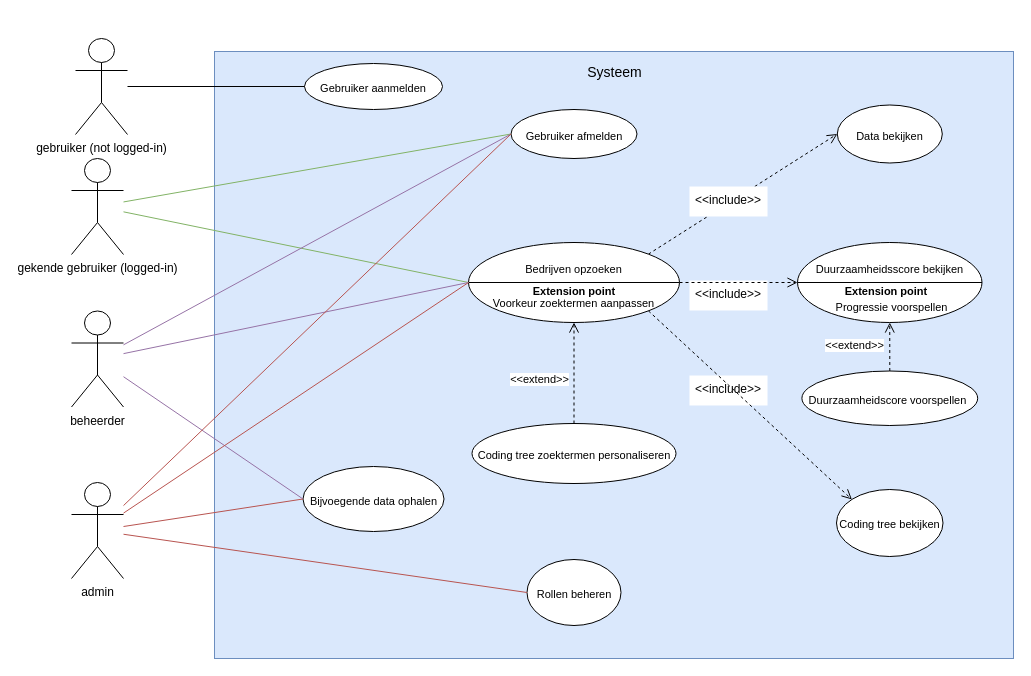
SiebeVCHoGent/DataEngineeringP2 keeps this draw.io diagram as Analyse/UCD/UCD - Data Engineering Project 2.drawio. Above is the earlier version. Source tidied: cells renumbered, new cells numbered last; positions are measured from the earlier drawing's top-left corner, leaving out a move shared by most shapes. Both pictures are drawn from the tidied source at 100%, with x=0, y=0 at pixel (71, 38).
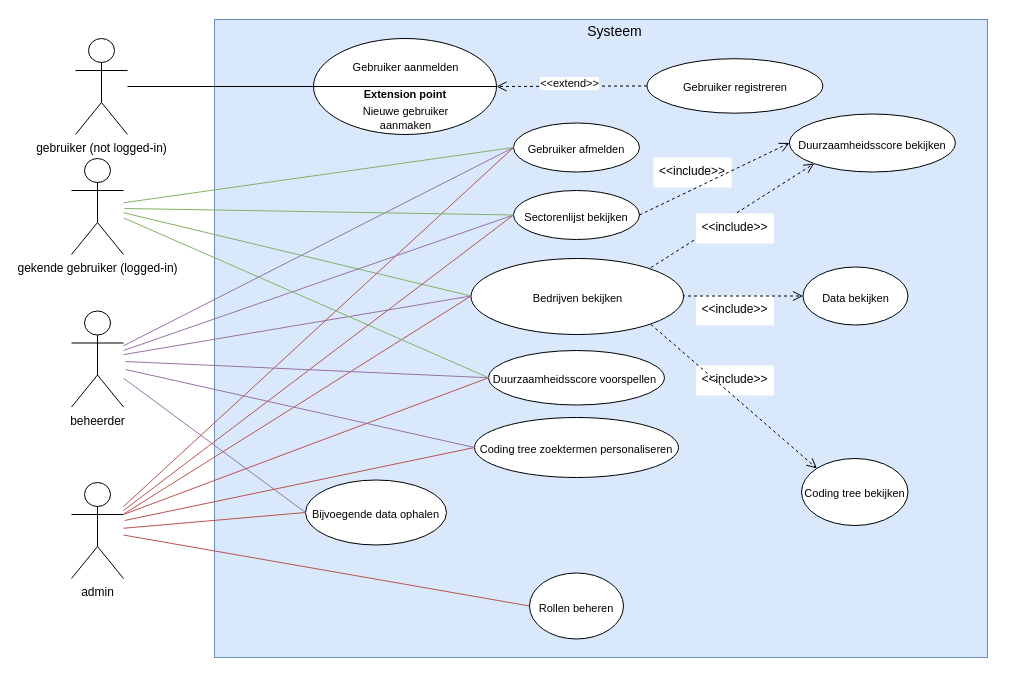
The same diagram, later.

Commit message (it also covers changes not shown here):
UCD aangepast aan nieuwe front-end

Unchanged cells that the change refers to:
```xml
<mxCell id="3" value="gebruiker (not logged-in)" style="shape=umlActor;verticalLabelPosition=bottom;verticalAlign=top;html=1;outlineConnect=0;" parent="1" vertex="1">
  <mxGeometry x="4" width="52" height="96" as="geometry" />
</mxCell>
<mxCell id="34" value="gekende gebruiker (logged-in)" style="shape=umlActor;verticalLabelPosition=bottom;verticalAlign=top;html=1;outlineConnect=0;" parent="1" vertex="1">
  <mxGeometry y="120" width="52" height="96" as="geometry" />
</mxCell>
<mxCell id="38" value="beheerder" style="shape=umlActor;verticalLabelPosition=bottom;verticalAlign=top;html=1;outlineConnect=0;" parent="1" vertex="1">
  <mxGeometry y="272.5" width="52" height="96" as="geometry" />
</mxCell>
<mxCell id="43" value="admin" style="shape=umlActor;verticalLabelPosition=bottom;verticalAlign=top;html=1;outlineConnect=0;" parent="1" vertex="1">
  <mxGeometry y="444" width="52" height="96" as="geometry" />
</mxCell>
```

Diff of the diagram source:
```diff
@@
-    <mxCell id="2" style="rounded=0;jettySize=auto;html=1;fontSize=11;strokeColor=none;endArrow=none;endFill=0;" parent="1" edge="1" source="3" target="8">
-      <mxGeometry relative="1" as="geometry" />
+    <mxCell id="2" style="rounded=0;jettySize=auto;html=1;fontSize=11;strokeColor=none;endArrow=none;endFill=0;" parent="1" edge="1" source="3">
+      <mxGeometry relative="1" as="geometry">
+        <mxPoint x="233" y="48" as="targetPoint" />
+      </mxGeometry>
     </mxCell>
@@
     <mxCell id="4" style="group;fillColor=default;fontColor=#ffffff;strokeColor=#001DBC;rounded=0;" parent="1" vertex="1">
-      <mxGeometry x="143" y="13" width="799" height="607" as="geometry" />
+      <mxGeometry x="143" y="-19" width="773" height="638" as="geometry" />
     </mxCell>
     <mxCell id="5" style="rounded=0;whiteSpace=wrap;html=1;fillColor=#dae8fc;strokeColor=#6c8ebf;" parent="4" vertex="1">
-      <mxGeometry width="799" height="607" as="geometry" />
+      <mxGeometry width="773" height="638" as="geometry" />
     </mxCell>
     <mxCell id="6" value="&lt;font style=&quot;font-size: 14px;&quot;&gt;Systeem&lt;/font&gt;" style="text;html=1;align=center;verticalAlign=middle;strokeColor=none;fillColor=none;" parent="4" vertex="1">
-      <mxGeometry x="363.5" y="6" width="72" height="29" as="geometry" />
+      <mxGeometry x="363.5" y="-2.5" width="72" height="29" as="geometry" />
     </mxCell>
     <mxCell id="7" value="&lt;font style=&quot;font-size: 11px;&quot;&gt;Gebruiker afmelden&lt;/font&gt;" style="ellipse;whiteSpace=wrap;html=1;fontSize=18;" parent="4" vertex="1">
-      <mxGeometry x="296.5" y="58" width="126" height="49" as="geometry" />
+      <mxGeometry x="299" y="103.5" width="126" height="49" as="geometry" />
     </mxCell>
-    <mxCell id="8" value="&lt;span style=&quot;font-size: 11px;&quot;&gt;Gebruiker aanmelden&lt;/span&gt;" style="ellipse;whiteSpace=wrap;html=1;fontSize=18;" parent="4" vertex="1">
-      <mxGeometry x="90" y="12" width="138" height="46" as="geometry" />
-    </mxCell>
-    <mxCell id="9" value="&lt;font style=&quot;font-size: 11px;&quot;&gt;Data bekijken&lt;br&gt;&lt;/font&gt;" style="ellipse;whiteSpace=wrap;html=1;fontSize=18;" parent="4" vertex="1">
-      <mxGeometry x="622.8" y="53.5" width="105" height="58" as="geometry" />
+    <mxCell id="9" value="&lt;font style=&quot;font-size: 11px;&quot;&gt;Duurzaamheidsscore bekijken&lt;br&gt;&lt;/font&gt;" style="ellipse;whiteSpace=wrap;html=1;fontSize=18;" parent="4" vertex="1">
+      <mxGeometry x="575" y="94.5" width="165.8" height="58" as="geometry" />
     </mxCell>
-    <mxCell id="10" value="&lt;font style=&quot;font-size: 11px;&quot;&gt;Duurzaamheidscore voorspellen&amp;nbsp;&lt;br&gt;&lt;/font&gt;" style="ellipse;whiteSpace=wrap;html=1;fontSize=18;fillColor=default;" parent="4" vertex="1">
-      <mxGeometry x="587.4" y="319.5" width="175.8" height="54.5" as="geometry" />
+    <mxCell id="10" value="&lt;font style=&quot;font-size: 11px;&quot;&gt;Duurzaamheidsscore voorspellen&amp;nbsp;&lt;br&gt;&lt;/font&gt;" style="ellipse;whiteSpace=wrap;html=1;fontSize=18;fillColor=default;" parent="4" vertex="1">
+      <mxGeometry x="274.1" y="331" width="175.8" height="54.5" as="geometry" />
     </mxCell>
     <mxCell id="11" value="&lt;font style=&quot;font-size: 11px;&quot;&gt;Bijvoegende data ophalen&lt;/font&gt;" style="ellipse;whiteSpace=wrap;html=1;fontSize=18;" parent="4" vertex="1">
-      <mxGeometry x="88.5" y="415" width="141" height="65" as="geometry" />
+      <mxGeometry x="91" y="460.5" width="141" height="65" as="geometry" />
     </mxCell>
     <mxCell id="12" value="&lt;font style=&quot;font-size: 11px;&quot;&gt;Rollen beheren&lt;/font&gt;" style="ellipse;whiteSpace=wrap;html=1;fontSize=18;" parent="4" vertex="1">
-      <mxGeometry x="312.5" y="508" width="94" height="66" as="geometry" />
+      <mxGeometry x="315" y="553.5" width="94" height="66" as="geometry" />
     </mxCell>
     <mxCell id="13" value="&lt;&lt;include&gt;&gt;" style="text;strokeColor=none;fillColor=default;spacingLeft=4;spacingRight=4;overflow=hidden;fontSize=12;" parent="4" vertex="1">
-      <mxGeometry x="475" y="324" width="78" height="30" as="geometry" />
+      <mxGeometry x="481.4" y="346" width="78" height="30" as="geometry" />
     </mxCell>
-    <mxCell id="14" value="&amp;lt;&amp;lt;extend&amp;gt;&amp;gt;" style="html=1;verticalAlign=bottom;endArrow=open;dashed=1;endSize=8;rounded=0;exitX=0.5;exitY=0;exitDx=0;exitDy=0;entryX=0.5;entryY=1;entryDx=0;entryDy=0;" parent="4" edge="1" source="10" target="19">
-      <mxGeometry x="-0.3" y="35" relative="1" as="geometry" />
-    </mxCell>
-    <mxCell id="15" style="html=1;verticalAlign=bottom;endArrow=open;dashed=1;endSize=8;rounded=0;entryX=0;entryY=0.5;entryDx=0;entryDy=0;startArrow=none;exitX=1;exitY=0;exitDx=0;exitDy=0;" parent="4" edge="1" source="24" target="9">
-      <mxGeometry x="0.04" y="-38" relative="1" as="geometry" />
+    <mxCell id="15" style="html=1;verticalAlign=bottom;endArrow=open;dashed=1;endSize=8;rounded=0;entryX=0;entryY=1;entryDx=0;entryDy=0;startArrow=none;exitX=1;exitY=0;exitDx=0;exitDy=0;" parent="4" edge="1" target="9">
+      <mxGeometry x="0.04" y="-38" relative="1" as="geometry">
+        <mxPoint x="436.4" y="248.1" as="sourcePoint" />
+      </mxGeometry>
     </mxCell>
     <mxCell id="16" value="&lt;&lt;include&gt;&gt;" style="text;strokeColor=none;fillColor=default;spacingLeft=4;spacingRight=4;overflow=hidden;fontSize=12;" parent="4" vertex="1">
-      <mxGeometry x="475" y="229" width="78" height="30" as="geometry" />
+      <mxGeometry x="481.4" y="276" width="78" height="30" as="geometry" />
     </mxCell>
-    <mxCell id="17" style="html=1;verticalAlign=bottom;endArrow=open;dashed=1;endSize=8;rounded=0;entryX=0;entryY=0.5;entryDx=0;entryDy=0;exitX=1;exitY=0.5;exitDx=0;exitDy=0;startArrow=none;" parent="4" edge="1" source="24" target="19">
-      <mxGeometry x="0.04" y="-38" relative="1" as="geometry" />
+    <mxCell id="17" style="html=1;verticalAlign=bottom;endArrow=open;dashed=1;endSize=8;rounded=0;entryX=0;entryY=0.5;entryDx=0;entryDy=0;exitX=1;exitY=0.5;exitDx=0;exitDy=0;startArrow=none;" parent="4" edge="1" target="52">
+      <mxGeometry x="0.04" y="-38" relative="1" as="geometry">
+        <mxPoint x="467.5" y="276.5" as="sourcePoint" />
+      </mxGeometry>
     </mxCell>
     <mxCell id="18" value="&lt;font style=&quot;font-size: 11px;&quot;&gt;Coding tree zoektermen personaliseren&lt;br&gt;&lt;/font&gt;" style="ellipse;whiteSpace=wrap;html=1;fontSize=18;fillColor=default;" parent="4" vertex="1">
-      <mxGeometry x="257.5" y="372" width="204" height="60" as="geometry" />
+      <mxGeometry x="260" y="398" width="204" height="60" as="geometry" />
     </mxCell>
-    <mxCell id="19" style="shape=lineEllipse;perimeter=ellipsePerimeter;whiteSpace=wrap;html=1;backgroundOutline=1;strokeColor=default;fontSize=11;fillColor=default;gradientColor=none;" parent="4" vertex="1">
-      <mxGeometry x="583" y="191" width="184.5" height="80" as="geometry" />
-    </mxCell>
-    <mxCell id="20" value="Duurzaamheidsscore bekijken" style="text;html=1;strokeColor=none;fillColor=none;align=center;verticalAlign=middle;whiteSpace=wrap;rounded=0;fontSize=11;" parent="4" vertex="1">
-      <mxGeometry x="584.8" y="203" width="181" height="30" as="geometry" />
-    </mxCell>
-    <mxCell id="21" value="&lt;b&gt;Extension point&lt;/b&gt;" style="text;html=1;strokeColor=none;fillColor=none;align=center;verticalAlign=middle;whiteSpace=wrap;rounded=0;fontSize=11;" parent="4" vertex="1">
-      <mxGeometry x="629" y="225" width="86" height="30" as="geometry" />
-    </mxCell>
-    <mxCell id="22" value="Progressie voorspellen" style="text;html=1;strokeColor=none;fillColor=none;align=center;verticalAlign=middle;whiteSpace=wrap;rounded=0;fontSize=11;" parent="4" vertex="1">
-      <mxGeometry x="586.5" y="241" width="181" height="30" as="geometry" />
-    </mxCell>
     <mxCell id="23" value="&lt;font style=&quot;font-size: 11px;&quot;&gt;Coding tree bekijken&lt;br&gt;&lt;/font&gt;" style="ellipse;whiteSpace=wrap;html=1;strokeColor=default;fontSize=14;fillColor=default;gradientColor=none;" parent="4" vertex="1">
-      <mxGeometry x="622" y="438" width="106.5" height="67" as="geometry" />
+      <mxGeometry x="587" y="439" width="106.5" height="67" as="geometry" />
     </mxCell>
-    <mxCell id="24" style="shape=lineEllipse;perimeter=ellipsePerimeter;whiteSpace=wrap;html=1;backgroundOutline=1;rounded=0;strokeColor=default;fontSize=11;fillColor=default;gradientColor=none;" parent="4" vertex="1">
-      <mxGeometry x="254" y="191" width="211" height="80" as="geometry" />
-    </mxCell>
-    <mxCell id="25" value="Bedrijven opzoeken" style="text;html=1;strokeColor=none;fillColor=none;align=center;verticalAlign=middle;whiteSpace=wrap;rounded=0;fontSize=11;" parent="4" vertex="1">
-      <mxGeometry x="269" y="203" width="181" height="30" as="geometry" />
-    </mxCell>
-    <mxCell id="26" value="&lt;b&gt;Extension point&lt;/b&gt;" style="text;html=1;strokeColor=none;fillColor=none;align=center;verticalAlign=middle;whiteSpace=wrap;rounded=0;fontSize=11;" parent="4" vertex="1">
-      <mxGeometry x="316.5" y="225" width="86" height="30" as="geometry" />
-    </mxCell>
-    <mxCell id="27" value="Voorkeur zoektermen aanpassen" style="text;html=1;strokeColor=none;fillColor=none;align=center;verticalAlign=middle;whiteSpace=wrap;rounded=0;fontSize=11;" parent="4" vertex="1">
-      <mxGeometry x="269" y="237" width="181" height="30" as="geometry" />
-    </mxCell>
-    <mxCell id="28" value="&amp;lt;&amp;lt;extend&amp;gt;&amp;gt;" style="html=1;verticalAlign=bottom;endArrow=open;dashed=1;endSize=8;rounded=0;exitX=0.5;exitY=0;exitDx=0;exitDy=0;entryX=0.5;entryY=1;entryDx=0;entryDy=0;" parent="4" edge="1" source="18" target="24">
-      <mxGeometry x="-0.3" y="35" relative="1" as="geometry" />
-    </mxCell>
-    <mxCell id="29" style="html=1;verticalAlign=bottom;endArrow=open;dashed=1;endSize=8;rounded=0;entryX=0;entryY=0;entryDx=0;entryDy=0;exitX=1;exitY=1;exitDx=0;exitDy=0;" parent="4" edge="1" source="24" target="23">
-      <mxGeometry x="0.04" y="-38" relative="1" as="geometry" />
+    <mxCell id="29" style="html=1;verticalAlign=bottom;endArrow=open;dashed=1;endSize=8;rounded=0;entryX=0;entryY=0;entryDx=0;entryDy=0;exitX=1;exitY=1;exitDx=0;exitDy=0;" parent="4" edge="1" target="23">
+      <mxGeometry x="0.04" y="-38" relative="1" as="geometry">
+        <mxPoint x="436.4" y="304.9" as="sourcePoint" />
+      </mxGeometry>
     </mxCell>
     <mxCell id="30" value="&lt;&lt;include&gt;&gt;" style="text;strokeColor=none;fillColor=default;spacingLeft=4;spacingRight=4;overflow=hidden;fontSize=12;" parent="4" vertex="1">
-      <mxGeometry x="475" y="135" width="78" height="30" as="geometry" />
+      <mxGeometry x="439" y="138" width="78" height="30" as="geometry" />
     </mxCell>
+    <mxCell id="44" value="&lt;font style=&quot;font-size: 11px;&quot;&gt;Gebruiker registreren&lt;br&gt;&lt;/font&gt;" style="ellipse;whiteSpace=wrap;html=1;fontSize=18;fillColor=default;" parent="4" vertex="1">
+      <mxGeometry x="432.5" y="39.2" width="175.8" height="54.5" as="geometry" />
+    </mxCell>
+    <mxCell id="45" value="&amp;lt;&amp;lt;extend&amp;gt;&amp;gt;" style="html=1;verticalAlign=bottom;endArrow=open;dashed=1;endSize=8;rounded=0;exitX=0;exitY=0.5;exitDx=0;exitDy=0;entryX=1;entryY=0.5;entryDx=0;entryDy=0;" parent="4" edge="1" source="44" target="46">
+      <mxGeometry x="0.04" y="6" relative="1" as="geometry" />
+    </mxCell>
+    <mxCell id="46" style="shape=lineEllipse;perimeter=ellipsePerimeter;whiteSpace=wrap;html=1;backgroundOutline=1;strokeColor=default;fontSize=11;fillColor=default;gradientColor=none;" parent="4" vertex="1">
+      <mxGeometry x="99" y="19" width="183" height="96" as="geometry" />
+    </mxCell>
+    <mxCell id="8" value="Gebruiker aanmelden" style="text;html=1;strokeColor=none;fillColor=none;align=center;verticalAlign=middle;whiteSpace=wrap;rounded=0;fontSize=11;" parent="4" vertex="1">
+      <mxGeometry x="101" y="33" width="181" height="30" as="geometry" />
+    </mxCell>
+    <mxCell id="47" value="&lt;b&gt;Extension point&lt;/b&gt;" style="text;html=1;strokeColor=none;fillColor=none;align=center;verticalAlign=middle;whiteSpace=wrap;rounded=0;fontSize=11;" parent="4" vertex="1">
+      <mxGeometry x="148" y="59.5" width="86" height="30" as="geometry" />
+    </mxCell>
+    <mxCell id="48" value="Nieuwe gebruiker aanmaken" style="text;html=1;strokeColor=none;fillColor=none;align=center;verticalAlign=middle;whiteSpace=wrap;rounded=0;fontSize=11;" parent="4" vertex="1">
+      <mxGeometry x="126" y="86.5" width="130.5" height="25.5" as="geometry" />
+    </mxCell>
+    <mxCell id="49" value="&lt;font style=&quot;font-size: 11px;&quot;&gt;Sectorenlijst bekijken&lt;/font&gt;" style="ellipse;whiteSpace=wrap;html=1;fontSize=18;" parent="4" vertex="1">
+      <mxGeometry x="299" y="171" width="126" height="49" as="geometry" />
+    </mxCell>
+    <mxCell id="50" style="html=1;verticalAlign=bottom;endArrow=open;dashed=1;endSize=8;rounded=0;entryX=0;entryY=0.5;entryDx=0;entryDy=0;startArrow=none;exitX=1;exitY=0.5;exitDx=0;exitDy=0;" parent="4" edge="1" source="49" target="9">
+      <mxGeometry x="0.04" y="-38" relative="1" as="geometry" />
+    </mxCell>
+    <mxCell id="51" value="&lt;&lt;include&gt;&gt;" style="text;strokeColor=none;fillColor=default;spacingLeft=4;spacingRight=4;overflow=hidden;fontSize=12;" parent="4" vertex="1">
+      <mxGeometry x="481.4" y="194" width="78" height="30" as="geometry" />
+    </mxCell>
+    <mxCell id="52" value="&lt;font style=&quot;font-size: 11px;&quot;&gt;Data bekijken&lt;br&gt;&lt;/font&gt;" style="ellipse;whiteSpace=wrap;html=1;fontSize=18;" parent="4" vertex="1">
+      <mxGeometry x="588.5" y="247.5" width="105" height="58" as="geometry" />
+    </mxCell>
+    <mxCell id="53" value="&lt;font style=&quot;font-size: 11px;&quot;&gt;Bedrijven bekijken&lt;br&gt;&lt;/font&gt;" style="ellipse;whiteSpace=wrap;html=1;fontSize=18;" parent="4" vertex="1">
+      <mxGeometry x="256.5" y="239" width="212.5" height="76" as="geometry" />
+    </mxCell>
-    <mxCell id="31" style="edgeStyle=none;rounded=0;jettySize=auto;html=1;fontSize=11;endArrow=none;endFill=0;" parent="1" edge="1" source="3" target="8">
+    <mxCell id="31" style="edgeStyle=none;rounded=0;jettySize=auto;html=1;fontSize=11;endArrow=none;endFill=0;entryX=0;entryY=0.5;entryDx=0;entryDy=0;" parent="1" edge="1" source="3" target="46">
       <mxGeometry relative="1" as="geometry" />
     </mxCell>
@@
-    <mxCell id="33" style="edgeStyle=none;rounded=0;jettySize=auto;html=1;fontSize=11;endArrow=none;endFill=0;fillColor=#d5e8d4;strokeColor=#82b366;entryX=0;entryY=0.5;entryDx=0;entryDy=0;" parent="1" edge="1" source="34" target="24">
-      <mxGeometry relative="1" as="geometry" />
+    <mxCell id="33" style="edgeStyle=none;rounded=0;jettySize=auto;html=1;fontSize=11;endArrow=none;endFill=0;fillColor=#d5e8d4;strokeColor=#82b366;entryX=0;entryY=0.5;entryDx=0;entryDy=0;" parent="1" edge="1" source="34">
+      <mxGeometry relative="1" as="geometry">
+        <mxPoint x="399.5" y="257.5" as="targetPoint" />
+      </mxGeometry>
     </mxCell>
@@
-    <mxCell id="36" style="edgeStyle=none;rounded=0;jettySize=auto;html=1;fontSize=11;endArrow=none;endFill=0;fillColor=#e1d5e7;strokeColor=#9673a6;entryX=0;entryY=0.5;entryDx=0;entryDy=0;" parent="1" edge="1" source="38" target="24">
-      <mxGeometry relative="1" as="geometry" />
+    <mxCell id="36" style="edgeStyle=none;rounded=0;jettySize=auto;html=1;fontSize=11;endArrow=none;endFill=0;fillColor=#e1d5e7;strokeColor=#9673a6;entryX=0;entryY=0.5;entryDx=0;entryDy=0;" parent="1" edge="1" source="38">
+      <mxGeometry relative="1" as="geometry">
+        <mxPoint x="399.5" y="257.5" as="targetPoint" />
+      </mxGeometry>
     </mxCell>
@@
-    <mxCell id="40" style="edgeStyle=none;rounded=0;jettySize=auto;html=1;fontSize=11;endArrow=none;endFill=0;fillColor=#f8cecc;strokeColor=#b85450;entryX=0;entryY=0.5;entryDx=0;entryDy=0;" parent="1" edge="1" source="43" target="24">
-      <mxGeometry relative="1" as="geometry" />
+    <mxCell id="40" style="edgeStyle=none;rounded=0;jettySize=auto;html=1;fontSize=11;endArrow=none;endFill=0;fillColor=#f8cecc;strokeColor=#b85450;entryX=0;entryY=0.5;entryDx=0;entryDy=0;" parent="1" edge="1" source="43">
+      <mxGeometry relative="1" as="geometry">
+        <mxPoint x="399.5" y="257.5" as="targetPoint" />
+      </mxGeometry>
     </mxCell>
@@
+    <mxCell id="54" style="edgeStyle=none;rounded=0;jettySize=auto;html=1;entryX=0;entryY=0.5;entryDx=0;entryDy=0;fontSize=11;endArrow=none;endFill=0;fillColor=#f8cecc;strokeColor=#b85450;" parent="1" edge="1" target="49">
+      <mxGeometry relative="1" as="geometry">
+        <mxPoint x="52" y="472" as="sourcePoint" />
+      </mxGeometry>
+    </mxCell>
+    <mxCell id="55" style="edgeStyle=none;rounded=0;jettySize=auto;html=1;entryX=0;entryY=0.5;entryDx=0;entryDy=0;fontSize=11;endArrow=none;endFill=0;fillColor=#e1d5e7;strokeColor=#9673a6;" parent="1" edge="1" target="49">
+      <mxGeometry relative="1" as="geometry">
+        <mxPoint x="52" y="312" as="sourcePoint" />
+      </mxGeometry>
+    </mxCell>
+    <mxCell id="56" style="edgeStyle=none;rounded=0;jettySize=auto;html=1;entryX=0;entryY=0.5;entryDx=0;entryDy=0;fontSize=11;endArrow=none;endFill=0;fillColor=#d5e8d4;strokeColor=#82b366;" parent="1" edge="1" target="49">
+      <mxGeometry relative="1" as="geometry">
+        <mxPoint x="53" y="170" as="sourcePoint" />
+      </mxGeometry>
+    </mxCell>
+    <mxCell id="57" style="edgeStyle=none;rounded=0;jettySize=auto;html=1;fontSize=11;endArrow=none;endFill=0;fillColor=#f8cecc;strokeColor=#b85450;entryX=0;entryY=0.5;entryDx=0;entryDy=0;exitX=1;exitY=0.3333333333333333;exitDx=0;exitDy=0;exitPerimeter=0;" parent="1" edge="1" source="43" target="10">
+      <mxGeometry relative="1" as="geometry" />
+    </mxCell>
+    <mxCell id="58" style="edgeStyle=none;rounded=0;jettySize=auto;html=1;fontSize=11;endArrow=none;endFill=0;fillColor=#f8cecc;strokeColor=#b85450;entryX=0;entryY=0.5;entryDx=0;entryDy=0;" parent="1" edge="1" target="18">
+      <mxGeometry relative="1" as="geometry">
+        <mxPoint x="53" y="482" as="sourcePoint" />
+      </mxGeometry>
+    </mxCell>
+    <mxCell id="59" style="edgeStyle=none;rounded=0;jettySize=auto;html=1;fontSize=11;endArrow=none;endFill=0;fillColor=#e1d5e7;strokeColor=#9673a6;entryX=0;entryY=0.5;entryDx=0;entryDy=0;" parent="1" edge="1" target="10">
+      <mxGeometry relative="1" as="geometry">
+        <mxPoint x="54" y="323" as="sourcePoint" />
+      </mxGeometry>
+    </mxCell>
+    <mxCell id="60" style="edgeStyle=none;rounded=0;jettySize=auto;html=1;fontSize=11;endArrow=none;endFill=0;fillColor=#e1d5e7;strokeColor=#9673a6;entryX=0;entryY=0.5;entryDx=0;entryDy=0;" parent="1" edge="1" target="18">
+      <mxGeometry relative="1" as="geometry">
+        <mxPoint x="54" y="331" as="sourcePoint" />
+      </mxGeometry>
+    </mxCell>
+    <mxCell id="61" style="edgeStyle=none;rounded=0;jettySize=auto;html=1;fontSize=11;endArrow=none;endFill=0;fillColor=#d5e8d4;strokeColor=#82b366;entryX=0;entryY=0.5;entryDx=0;entryDy=0;" parent="1" edge="1" source="34" target="10">
+      <mxGeometry relative="1" as="geometry" />
+    </mxCell>
```
